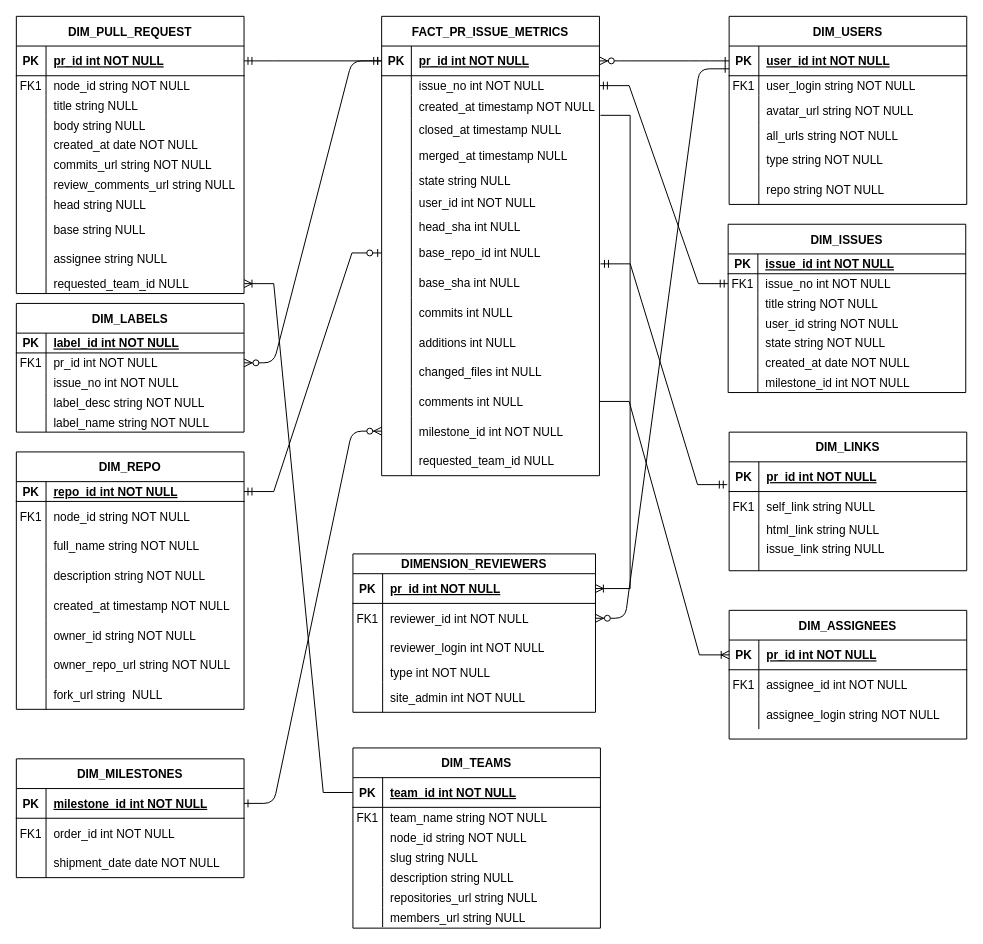
Britto-Sathya/GitHubDataProject keeps this draw.io diagram as GitHub_DataModel.drawio. Above is the earlier version. Source tidied: cells renumbered, new cells numbered last; positions are measured from the earlier drawing's top-left corner, leaving out a move shared by most shapes. Both pictures are drawn from the tidied source at 99%, with x=0, y=0 at pixel (16, 16).
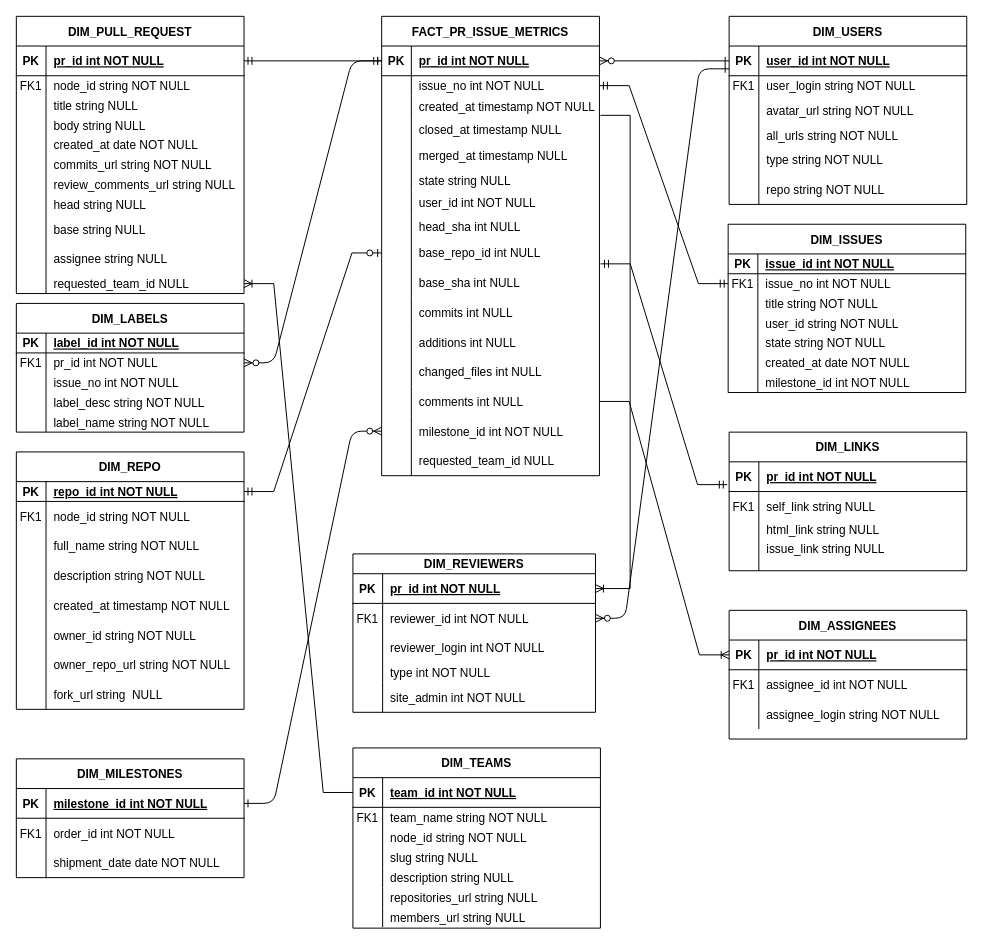
After the change.

Change to the diagram source:
```diff
@@
-    <mxCell id="92" value="DIMENSION_REVIEWERS" style="shape=table;startSize=20;childLayout=tableLayout;rowLines=0;fontStyle=1;align=center;" parent="1" vertex="1">
+    <mxCell id="92" value="DIM_REVIEWERS" style="shape=table;startSize=20;childLayout=tableLayout;rowLines=0;fontStyle=1;align=center;" parent="1" vertex="1">
       <mxGeometry x="340" y="543" width="245" height="160" as="geometry" />
     </mxCell>
```
